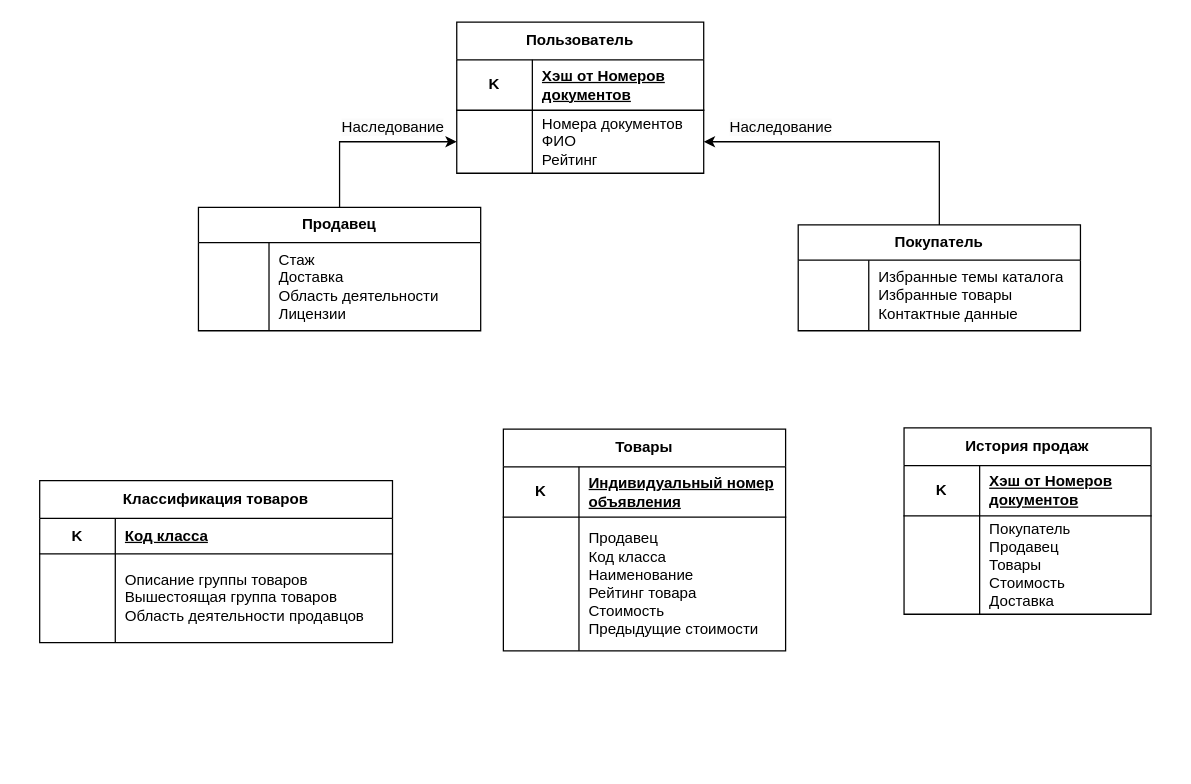
This is Диаграмма без названия.drawio from Djuckman/Compilers2, a draw.io file, before an edit. Source tidied: cells renumbered, new cells numbered last; positions are measured from the earlier drawing's top-left corner, leaving out a move shared by most shapes. Both pictures are drawn from the tidied source at 126%, with x=0, y=0 at pixel (39, 21).
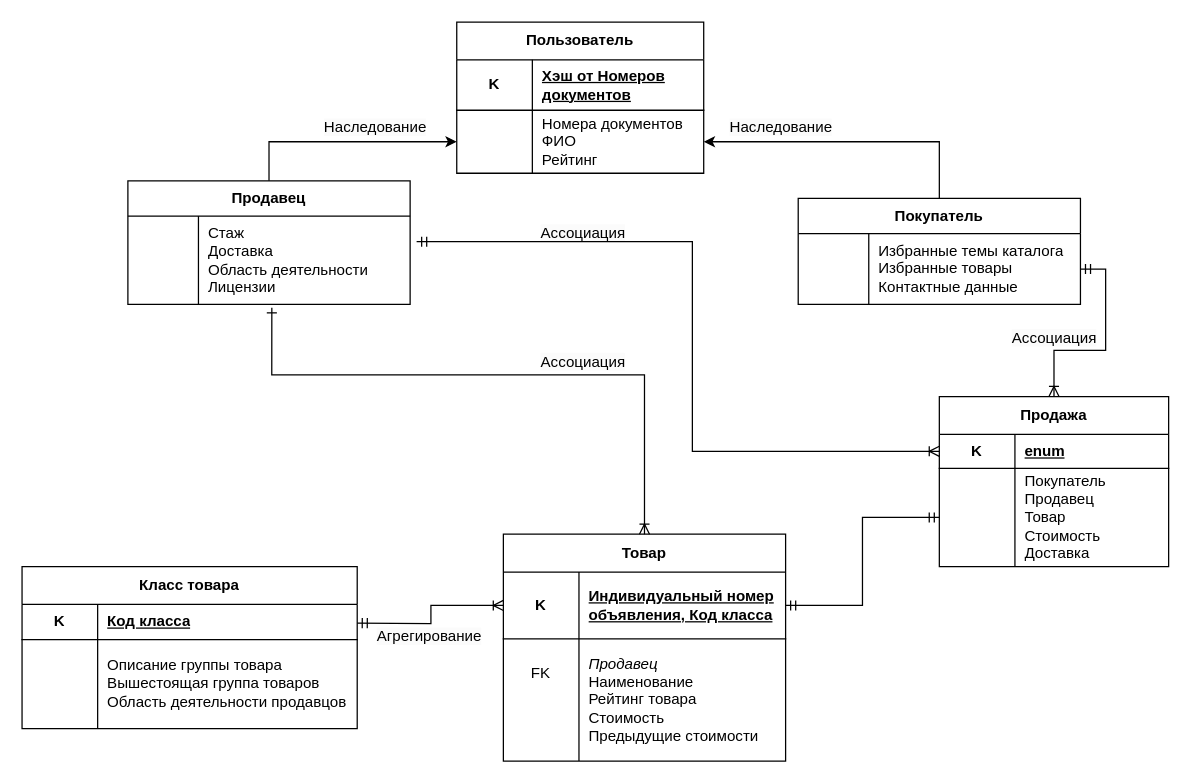
The same diagram, later.

The change refers to these unchanged cells:
```xml
<mxCell id="11" style="shape=tableRow;horizontal=0;startSize=0;swimlaneHead=0;swimlaneBody=0;fillColor=none;points=[[0,0.5],[1,0.5]];portConstraint=eastwest;top=0;left=0;right=0;bottom=0;html=1;" parent="10" vertex="1">
  <mxGeometry y="28" width="224" height="56" as="geometry" />
</mxCell>
<mxCell id="15" style="shape=tableRow;horizontal=0;startSize=0;swimlaneHead=0;swimlaneBody=0;fillColor=none;points=[[0,0.5],[1,0.5]];portConstraint=eastwest;top=0;left=0;right=0;bottom=0;html=1;" parent="14" vertex="1">
  <mxGeometry y="28" width="224" height="70" as="geometry" />
</mxCell>
```

The edit, as a diff of the source:
```diff
@@
     <mxCell id="10" value="Покупатель" style="shape=table;startSize=28;childLayout=tableLayout;rowLines=0;fontStyle=1;align=center;html=1;whiteSpace=wrap;" parent="1" vertex="1">
-      <mxGeometry x="602" y="161" width="224" height="84" as="geometry" />
+      <mxGeometry x="602" y="140" width="224" height="84" as="geometry" />
     </mxCell>
@@
     <mxCell id="14" value="Продавец" style="shape=table;startSize=28;childLayout=tableLayout;rowLines=0;fontStyle=1;align=center;html=1;whiteSpace=wrap;" parent="1" vertex="1">
-      <mxGeometry x="126" y="147" width="224" height="98" as="geometry" />
+      <mxGeometry x="70" y="126" width="224" height="98" as="geometry" />
     </mxCell>
@@
     <mxCell id="18" style="ellipse;whiteSpace=wrap;html=1;align=center;fillColor=none;strokeColor=none;perimeter=centerPerimeter;" parent="1" vertex="1">
-      <mxGeometry x="638" y="378" width="10" height="10" as="geometry" />
+      <mxGeometry x="336" y="265" width="10" height="10" as="geometry" />
     </mxCell>
     <mxCell id="19" style="ellipse;whiteSpace=wrap;html=1;align=center;fillColor=none;strokeColor=none;perimeter=centerPerimeter;" parent="1" vertex="1">
-      <mxGeometry x="376" y="245" width="10" height="10" as="geometry" />
+      <mxGeometry x="350" y="259" width="10" height="10" as="geometry" />
     </mxCell>
@@
     <mxCell id="22" value="&lt;span style=&quot;color: rgb(0, 0, 0); font-family: Helvetica; font-size: 12px; font-style: normal; font-variant-ligatures: normal; font-variant-caps: normal; font-weight: 400; letter-spacing: normal; orphans: 2; text-align: left; text-indent: 0px; text-transform: none; widows: 2; word-spacing: 0px; -webkit-text-stroke-width: 0px; white-space: normal; background-color: rgb(251, 251, 251); text-decoration-thickness: initial; text-decoration-style: initial; text-decoration-color: initial; display: inline !important; float: none;&quot;&gt;Наследование&lt;/span&gt;" style="text;whiteSpace=wrap;html=1;" parent="1" vertex="1">
-      <mxGeometry x="238" y="70" width="84" height="28" as="geometry" />
+      <mxGeometry x="224" y="70" width="84" height="28" as="geometry" />
     </mxCell>
+    <mxCell id="45" style="edgeStyle=orthogonalEdgeStyle;rounded=0;jettySize=auto;html=1;exitX=0.5;exitY=0;exitDx=0;exitDy=0;entryX=1;entryY=0.5;entryDx=0;entryDy=0;startArrow=ERoneToMany;startFill=0;endArrow=ERmandOne;endFill=0;" parent="1" edge="1" source="23" target="11">
+      <mxGeometry relative="1" as="geometry" />
+    </mxCell>
-    <mxCell id="23" value="История продаж" style="shape=table;startSize=30;childLayout=tableLayout;rowLines=0;fontStyle=1;align=center;html=1;whiteSpace=wrap;" parent="1" vertex="1">
-      <mxGeometry x="686" y="322" width="196" height="148" as="geometry" />
+    <mxCell id="23" value="Продажа" style="shape=table;startSize=30;childLayout=tableLayout;rowLines=0;fontStyle=1;align=center;html=1;whiteSpace=wrap;" parent="1" vertex="1">
+      <mxGeometry x="714" y="297.2" width="182" height="135" as="geometry" />
     </mxCell>
     <mxCell id="24" style="shape=tableRow;horizontal=0;startSize=0;swimlaneHead=0;swimlaneBody=0;fillColor=none;points=[[0,0.5],[1,0.5]];portConstraint=eastwest;top=0;left=0;right=0;bottom=1;html=1;" parent="23" vertex="1">
-      <mxGeometry y="30" width="196" height="40" as="geometry" />
+      <mxGeometry y="30" width="182" height="27" as="geometry" />
     </mxCell>
     <mxCell id="25" value="K" style="shape=partialRectangle;fillColor=none;top=0;left=0;bottom=0;right=0;fontStyle=1;overflow=hidden;html=1;whiteSpace=wrap;" parent="24" vertex="1">
-      <mxGeometry width="60" height="40" as="geometry" />
+      <mxGeometry width="60" height="27" as="geometry" />
     </mxCell>
-    <mxCell id="26" value="Хэш от Номеров документов" style="shape=partialRectangle;fillColor=none;top=0;left=0;bottom=0;right=0;align=left;spacingLeft=6;fontStyle=5;overflow=hidden;html=1;whiteSpace=wrap;" parent="24" vertex="1">
-      <mxGeometry x="60" width="136" height="40" as="geometry" />
+    <mxCell id="26" value="enum" style="shape=partialRectangle;fillColor=none;top=0;left=0;bottom=0;right=0;align=left;spacingLeft=6;fontStyle=5;overflow=hidden;html=1;whiteSpace=wrap;" parent="24" vertex="1">
+      <mxGeometry x="60" width="122" height="27" as="geometry" />
     </mxCell>
     <mxCell id="27" style="shape=tableRow;horizontal=0;startSize=0;swimlaneHead=0;swimlaneBody=0;fillColor=none;points=[[0,0.5],[1,0.5]];portConstraint=eastwest;top=0;left=0;right=0;bottom=0;html=1;" parent="23" vertex="1">
-      <mxGeometry y="70" width="196" height="78" as="geometry" />
+      <mxGeometry y="57" width="182" height="78" as="geometry" />
     </mxCell>
@@
-    <mxCell id="29" value="&lt;div&gt;Покупатель&lt;/div&gt;&lt;div&gt;Продавец&lt;/div&gt;Товары&lt;div&gt;Стоимость&lt;/div&gt;&lt;div&gt;Доставка&lt;/div&gt;" style="shape=partialRectangle;fillColor=none;top=0;left=0;bottom=0;right=0;align=left;spacingLeft=6;overflow=hidden;html=1;whiteSpace=wrap;" parent="27" vertex="1">
-      <mxGeometry x="60" width="136" height="78" as="geometry" />
+    <mxCell id="29" value="&lt;div&gt;Покупатель&lt;/div&gt;&lt;div&gt;Продавец&lt;/div&gt;Товар&lt;div&gt;Стоимость&lt;/div&gt;&lt;div&gt;Доставка&lt;/div&gt;" style="shape=partialRectangle;fillColor=none;top=0;left=0;bottom=0;right=0;align=left;spacingLeft=6;overflow=hidden;html=1;whiteSpace=wrap;" parent="27" vertex="1">
+      <mxGeometry x="60" width="122" height="78" as="geometry" />
     </mxCell>
     <mxCell id="30" style="ellipse;whiteSpace=wrap;html=1;align=center;fillColor=none;strokeColor=none;perimeter=centerPerimeter;" parent="1" vertex="1">
-      <mxGeometry x="298" y="422.5" width="10" height="10" as="geometry" />
+      <mxGeometry x="284" y="491.5" width="10" height="10" as="geometry" />
     </mxCell>
-    <mxCell id="31" value="Товары" style="shape=table;startSize=30;childLayout=tableLayout;rowLines=0;fontStyle=1;align=center;html=1;whiteSpace=wrap;" parent="1" vertex="1">
-      <mxGeometry x="368" y="323" width="224" height="176" as="geometry" />
+    <mxCell id="31" value="Товар" style="shape=table;startSize=30;childLayout=tableLayout;rowLines=0;fontStyle=1;align=center;html=1;whiteSpace=wrap;" parent="1" vertex="1">
+      <mxGeometry x="368" y="406.5" width="224" height="180" as="geometry" />
     </mxCell>
     <mxCell id="32" style="shape=tableRow;horizontal=0;startSize=0;swimlaneHead=0;swimlaneBody=0;fillColor=none;points=[[0,0.5],[1,0.5]];portConstraint=eastwest;top=0;left=0;right=0;bottom=1;html=1;" parent="31" vertex="1">
-      <mxGeometry y="30" width="224" height="40" as="geometry" />
+      <mxGeometry y="30" width="224" height="53" as="geometry" />
     </mxCell>
     <mxCell id="33" value="K" style="shape=partialRectangle;fillColor=none;top=0;left=0;bottom=0;right=0;fontStyle=1;overflow=hidden;html=1;whiteSpace=wrap;" parent="32" vertex="1">
-      <mxGeometry width="60" height="40" as="geometry" />
+      <mxGeometry width="60" height="53" as="geometry" />
     </mxCell>
-    <mxCell id="34" value="Индивидуальный номер объявления" style="shape=partialRectangle;fillColor=none;top=0;left=0;bottom=0;right=0;align=left;spacingLeft=6;fontStyle=5;overflow=hidden;html=1;whiteSpace=wrap;" parent="32" vertex="1">
-      <mxGeometry x="60" width="164" height="40" as="geometry" />
+    <mxCell id="34" value="Индивидуальный номер объявления, Код класса" style="shape=partialRectangle;fillColor=none;top=0;left=0;bottom=0;right=0;align=left;spacingLeft=6;fontStyle=5;overflow=hidden;html=1;whiteSpace=wrap;" parent="32" vertex="1">
+      <mxGeometry x="60" width="164" height="53" as="geometry" />
     </mxCell>
     <mxCell id="35" style="shape=tableRow;horizontal=0;startSize=0;swimlaneHead=0;swimlaneBody=0;fillColor=none;top=0;left=0;right=0;bottom=0;html=1;" parent="31" vertex="1">
-      <mxGeometry y="70" width="224" height="106" as="geometry" />
+      <mxGeometry y="83" width="224" height="97" as="geometry" />
     </mxCell>
-    <mxCell id="36" style="shape=partialRectangle;fillColor=none;top=0;left=0;bottom=0;right=0;overflow=hidden;html=1;whiteSpace=wrap;" parent="35" vertex="1">
-      <mxGeometry width="60" height="106" as="geometry" />
+    <mxCell id="36" value="FK&lt;div&gt;&lt;br&gt;&lt;/div&gt;&lt;div&gt;&lt;br&gt;&lt;/div&gt;&lt;div&gt;&lt;br&gt;&lt;/div&gt;" style="shape=partialRectangle;fillColor=none;top=0;left=0;bottom=0;right=0;overflow=hidden;html=1;whiteSpace=wrap;" parent="35" vertex="1">
+      <mxGeometry width="60" height="97" as="geometry" />
     </mxCell>
-    <mxCell id="37" value="&lt;div&gt;Продавец&lt;/div&gt;&lt;div&gt;Код класса&lt;/div&gt;&lt;div&gt;Наименование&lt;/div&gt;Рейтинг товара&lt;div&gt;Стоимость&lt;/div&gt;&lt;div&gt;Предыдущие стоимости&lt;/div&gt;" style="shape=partialRectangle;fillColor=none;top=0;left=0;bottom=0;right=0;align=left;spacingLeft=6;overflow=hidden;html=1;whiteSpace=wrap;" parent="35" vertex="1">
-      <mxGeometry x="60" width="164" height="106" as="geometry" />
+    <mxCell id="37" value="&lt;div&gt;&lt;i&gt;Продавец&lt;/i&gt;&lt;/div&gt;&lt;div&gt;Наименование&lt;/div&gt;Рейтинг товара&lt;div&gt;Стоимость&lt;/div&gt;&lt;div&gt;Предыдущие стоимости&lt;/div&gt;" style="shape=partialRectangle;fillColor=none;top=0;left=0;bottom=0;right=0;align=left;spacingLeft=6;overflow=hidden;html=1;whiteSpace=wrap;" parent="35" vertex="1">
+      <mxGeometry x="60" width="164" height="97" as="geometry" />
     </mxCell>
-    <mxCell id="38" value="Классификация товаров" style="shape=table;startSize=30;childLayout=tableLayout;rowLines=0;fontStyle=1;align=center;html=1;whiteSpace=wrap;" parent="1" vertex="1">
-      <mxGeometry y="364" width="280" height="128.5" as="geometry" />
+    <mxCell id="38" value="Класс товара" style="shape=table;startSize=30;childLayout=tableLayout;rowLines=0;fontStyle=1;align=center;html=1;whiteSpace=wrap;" parent="1" vertex="1">
+      <mxGeometry x="-14" y="432.2" width="266" height="128.5" as="geometry" />
     </mxCell>
     <mxCell id="39" style="shape=tableRow;horizontal=0;startSize=0;swimlaneHead=0;swimlaneBody=0;fillColor=none;top=0;left=0;right=0;bottom=1;html=1;" parent="38" vertex="1">
-      <mxGeometry y="30" width="280" height="28" as="geometry" />
+      <mxGeometry y="30" width="266" height="28" as="geometry" />
     </mxCell>
@@
     <mxCell id="41" value="Код класса" style="shape=partialRectangle;fillColor=none;top=0;left=0;bottom=0;right=0;align=left;spacingLeft=6;fontStyle=5;overflow=hidden;html=1;whiteSpace=wrap;" parent="39" vertex="1">
-      <mxGeometry x="60" width="220" height="28" as="geometry" />
+      <mxGeometry x="60" width="206" height="28" as="geometry" />
     </mxCell>
     <mxCell id="42" style="shape=tableRow;horizontal=0;startSize=0;swimlaneHead=0;swimlaneBody=0;fillColor=none;top=0;left=0;right=0;bottom=0;html=1;" parent="38" vertex="1">
-      <mxGeometry y="58" width="280" height="70" as="geometry" />
+      <mxGeometry y="58" width="266" height="70" as="geometry" />
     </mxCell>
@@
-    <mxCell id="44" value="&lt;div&gt;Описание группы товаров&lt;/div&gt;&lt;div&gt;Вышестоящая группа товаров&lt;/div&gt;&lt;div&gt;Область деятельности продавцов&lt;/div&gt;" style="shape=partialRectangle;fillColor=none;top=0;left=0;bottom=0;right=0;align=left;spacingLeft=6;overflow=hidden;html=1;whiteSpace=wrap;" parent="42" vertex="1">
-      <mxGeometry x="60" width="220" height="70" as="geometry" />
+    <mxCell id="44" value="&lt;div&gt;Описание группы товара&lt;/div&gt;&lt;div&gt;Вышестоящая группа товаров&lt;/div&gt;&lt;div&gt;Область деятельности продавцов&lt;/div&gt;" style="shape=partialRectangle;fillColor=none;top=0;left=0;bottom=0;right=0;align=left;spacingLeft=6;overflow=hidden;html=1;whiteSpace=wrap;" parent="42" vertex="1">
+      <mxGeometry x="60" width="206" height="70" as="geometry" />
     </mxCell>
+    <mxCell id="46" value="&lt;span style=&quot;color: rgb(0, 0, 0); font-family: Helvetica; font-size: 12px; font-style: normal; font-variant-ligatures: normal; font-variant-caps: normal; font-weight: 400; letter-spacing: normal; orphans: 2; text-align: left; text-indent: 0px; text-transform: none; widows: 2; word-spacing: 0px; -webkit-text-stroke-width: 0px; white-space: normal; background-color: rgb(251, 251, 251); text-decoration-thickness: initial; text-decoration-style: initial; text-decoration-color: initial; display: inline !important; float: none;&quot;&gt;Агрегирование&lt;/span&gt;" style="text;whiteSpace=wrap;html=1;" parent="1" vertex="1">
+      <mxGeometry x="266" y="473.5" width="84" height="28" as="geometry" />
+    </mxCell>
+    <mxCell id="47" value="&lt;span style=&quot;color: rgb(0, 0, 0); font-family: Helvetica; font-size: 12px; font-style: normal; font-variant-ligatures: normal; font-variant-caps: normal; font-weight: 400; letter-spacing: normal; orphans: 2; text-align: left; text-indent: 0px; text-transform: none; widows: 2; word-spacing: 0px; -webkit-text-stroke-width: 0px; white-space: normal; background-color: rgb(251, 251, 251); text-decoration-thickness: initial; text-decoration-style: initial; text-decoration-color: initial; display: inline !important; float: none;&quot;&gt;Ассоциация&lt;/span&gt;" style="text;whiteSpace=wrap;html=1;" parent="1" vertex="1">
+      <mxGeometry x="396" y="154" width="84" height="28" as="geometry" />
+    </mxCell>
+    <mxCell id="48" style="edgeStyle=orthogonalEdgeStyle;rounded=0;jettySize=auto;html=1;entryX=0;entryY=0.5;entryDx=0;entryDy=0;endArrow=ERoneToMany;endFill=0;startArrow=ERmandOne;startFill=0;" parent="1" edge="1" target="32">
+      <mxGeometry relative="1" as="geometry">
+        <mxPoint x="252" y="477" as="sourcePoint" />
+      </mxGeometry>
+    </mxCell>
+    <mxCell id="49" style="edgeStyle=orthogonalEdgeStyle;rounded=0;jettySize=auto;html=1;exitX=0.51;exitY=1.04;exitDx=0;exitDy=0;entryX=0.5;entryY=0;entryDx=0;entryDy=0;exitPerimeter=0;endArrow=ERoneToMany;endFill=0;startArrow=ERone;startFill=0;" parent="1" edge="1" source="15" target="31">
+      <mxGeometry relative="1" as="geometry">
+        <Array as="points">
+          <mxPoint x="184" y="280" />
+          <mxPoint x="480" y="280" />
+        </Array>
+      </mxGeometry>
+    </mxCell>
+    <mxCell id="50" style="edgeStyle=orthogonalEdgeStyle;rounded=0;jettySize=auto;html=1;exitX=0;exitY=0.5;exitDx=0;exitDy=0;entryX=1.023;entryY=0.29;entryDx=0;entryDy=0;entryPerimeter=0;endArrow=ERmandOne;endFill=0;startArrow=ERoneToMany;startFill=0;" parent="1" edge="1" source="24" target="15">
+      <mxGeometry relative="1" as="geometry">
+        <Array as="points">
+          <mxPoint x="518" y="341" />
+          <mxPoint x="518" y="174" />
+        </Array>
+      </mxGeometry>
+    </mxCell>
+    <mxCell id="51" style="edgeStyle=orthogonalEdgeStyle;rounded=0;jettySize=auto;html=1;exitX=0;exitY=0.5;exitDx=0;exitDy=0;entryX=1;entryY=0.5;entryDx=0;entryDy=0;startArrow=ERmandOne;startFill=0;endArrow=ERmandOne;endFill=0;" parent="1" edge="1" source="27" target="32">
+      <mxGeometry relative="1" as="geometry" />
+    </mxCell>
+    <mxCell id="52" value="&lt;span style=&quot;color: rgb(0, 0, 0); font-family: Helvetica; font-size: 12px; font-style: normal; font-variant-ligatures: normal; font-variant-caps: normal; font-weight: 400; letter-spacing: normal; orphans: 2; text-align: left; text-indent: 0px; text-transform: none; widows: 2; word-spacing: 0px; -webkit-text-stroke-width: 0px; white-space: normal; background-color: rgb(251, 251, 251); text-decoration-thickness: initial; text-decoration-style: initial; text-decoration-color: initial; display: inline !important; float: none;&quot;&gt;Ассоциация&lt;/span&gt;" style="text;whiteSpace=wrap;html=1;" parent="1" vertex="1">
+      <mxGeometry x="770" y="237" width="84" height="28" as="geometry" />
+    </mxCell>
+    <mxCell id="53" value="&lt;span style=&quot;color: rgb(0, 0, 0); font-family: Helvetica; font-size: 12px; font-style: normal; font-variant-ligatures: normal; font-variant-caps: normal; font-weight: 400; letter-spacing: normal; orphans: 2; text-align: left; text-indent: 0px; text-transform: none; widows: 2; word-spacing: 0px; -webkit-text-stroke-width: 0px; white-space: normal; background-color: rgb(251, 251, 251); text-decoration-thickness: initial; text-decoration-style: initial; text-decoration-color: initial; display: inline !important; float: none;&quot;&gt;Ассоциация&lt;/span&gt;" style="text;whiteSpace=wrap;html=1;" parent="1" vertex="1">
+      <mxGeometry x="396" y="256" width="84" height="28" as="geometry" />
+    </mxCell>
```
